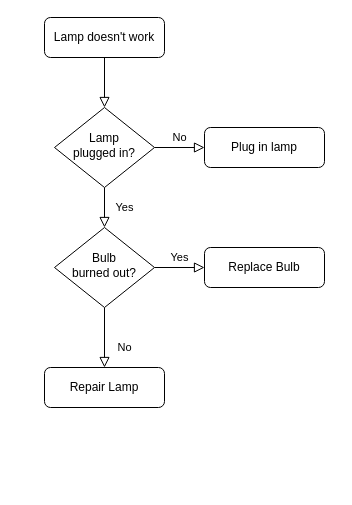
This is Diagrama sin título.drawio from stephyangeles/ChefMatch, a draw.io file, before an edit. Source tidied: cells renumbered, new cells numbered last; positions are measured from the earlier drawing's top-left corner, leaving out a move shared by most shapes. Both pictures are drawn from the tidied source at 100%, with x=0, y=0 at pixel (44, 17).
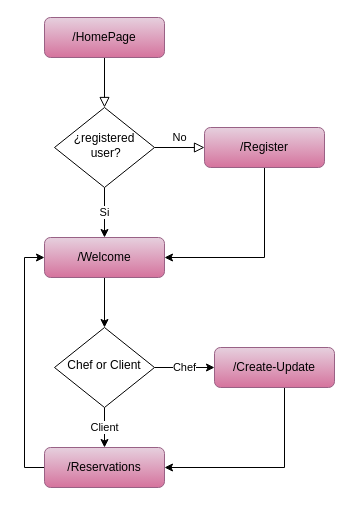
Above is the later version.

Commit message:
Flow-ChefMatch

The edit, as a diff of the source:
```diff
@@
-    <mxCell id="3" value="Lamp doesn't work" style="rounded=1;whiteSpace=wrap;html=1;fontSize=12;glass=0;strokeWidth=1;shadow=0;" parent="1" vertex="1">
+    <mxCell id="3" value="/HomePage" style="rounded=1;whiteSpace=wrap;html=1;fontSize=12;glass=0;strokeWidth=1;shadow=0;fillColor=#e6d0de;strokeColor=#996185;gradientColor=#d5739d;" parent="1" vertex="1">
       <mxGeometry width="120" height="40" as="geometry" />
     </mxCell>
-    <mxCell id="4" value="Yes" style="rounded=0;html=1;jettySize=auto;fontSize=11;endArrow=block;endFill=0;endSize=8;strokeWidth=1;shadow=0;labelBackgroundColor=none;edgeStyle=orthogonalEdgeStyle;" parent="1" edge="1" source="6" target="10">
-      <mxGeometry y="20" relative="1" as="geometry" />
-    </mxCell>
@@
+    <mxCell id="13" value="Si" style="edgeStyle=orthogonalEdgeStyle;rounded=0;jettySize=auto;html=1;" parent="1" edge="1" source="6" target="11">
+      <mxGeometry relative="1" as="geometry" />
+    </mxCell>
-    <mxCell id="6" value="Lamp&lt;br&gt;plugged in?" style="rhombus;whiteSpace=wrap;html=1;shadow=0;fontFamily=Helvetica;fontSize=12;align=center;strokeWidth=1;spacing=6;spacingTop=-4;" parent="1" vertex="1">
+    <mxCell id="6" value="¿registered&lt;br&gt;&amp;nbsp;user?" style="rhombus;whiteSpace=wrap;html=1;shadow=0;fontFamily=Helvetica;fontSize=12;align=center;strokeWidth=1;spacing=6;spacingTop=-4;" parent="1" vertex="1">
       <mxGeometry x="10" y="90" width="100" height="80" as="geometry" />
     </mxCell>
+    <mxCell id="14" style="edgeStyle=orthogonalEdgeStyle;rounded=0;jettySize=auto;html=1;entryX=1;entryY=0.5;entryDx=0;entryDy=0;" parent="1" edge="1" source="7" target="11">
+      <mxGeometry relative="1" as="geometry">
+        <Array as="points">
+          <mxPoint x="220" y="240" />
+        </Array>
+      </mxGeometry>
+    </mxCell>
-    <mxCell id="7" value="Plug in lamp" style="rounded=1;whiteSpace=wrap;html=1;fontSize=12;glass=0;strokeWidth=1;shadow=0;" parent="1" vertex="1">
+    <mxCell id="7" value="/Register" style="rounded=1;whiteSpace=wrap;html=1;fontSize=12;glass=0;strokeWidth=1;shadow=0;fillColor=#e6d0de;gradientColor=#d5739d;strokeColor=#996185;" parent="1" vertex="1">
       <mxGeometry x="160" y="110" width="120" height="40" as="geometry" />
     </mxCell>
-    <mxCell id="8" value="No" style="rounded=0;html=1;jettySize=auto;fontSize=11;endArrow=block;endFill=0;endSize=8;strokeWidth=1;shadow=0;labelBackgroundColor=none;edgeStyle=orthogonalEdgeStyle;" parent="1" edge="1" source="10" target="11">
-      <mxGeometry x="0.33" y="20" relative="1" as="geometry" />
-    </mxCell>
-    <mxCell id="9" value="Yes" style="edgeStyle=orthogonalEdgeStyle;rounded=0;html=1;jettySize=auto;fontSize=11;endArrow=block;endFill=0;endSize=8;strokeWidth=1;shadow=0;labelBackgroundColor=none;" parent="1" edge="1" source="10" target="12">
-      <mxGeometry y="10" relative="1" as="geometry" />
-    </mxCell>
-    <mxCell id="10" value="Bulb&lt;br&gt;burned out?" style="rhombus;whiteSpace=wrap;html=1;shadow=0;fontFamily=Helvetica;fontSize=12;align=center;strokeWidth=1;spacing=6;spacingTop=-4;" parent="1" vertex="1">
-      <mxGeometry x="10" y="210" width="100" height="80" as="geometry" />
-    </mxCell>
+    <mxCell id="15" style="edgeStyle=orthogonalEdgeStyle;rounded=0;jettySize=auto;html=1;entryX=0;entryY=0.5;entryDx=0;entryDy=0;" parent="1" edge="1" source="12" target="11">
+      <mxGeometry relative="1" as="geometry">
+        <Array as="points">
+          <mxPoint x="-20" y="450" />
+          <mxPoint x="-20" y="240" />
+        </Array>
+      </mxGeometry>
+    </mxCell>
+    <mxCell id="12" value="/Reservations" style="rounded=1;whiteSpace=wrap;html=1;fontSize=12;glass=0;strokeWidth=1;shadow=0;fillColor=#e6d0de;gradientColor=#d5739d;strokeColor=#996185;" parent="1" vertex="1">
+      <mxGeometry y="430" width="120" height="40" as="geometry" />
+    </mxCell>
+    <mxCell id="16" value="Client" style="edgeStyle=orthogonalEdgeStyle;rounded=0;jettySize=auto;html=1;exitX=0.5;exitY=1;exitDx=0;exitDy=0;entryX=0.5;entryY=0;entryDx=0;entryDy=0;" parent="1" edge="1" source="18" target="12">
+      <mxGeometry relative="1" as="geometry" />
+    </mxCell>
+    <mxCell id="17" value="Chef" style="edgeStyle=orthogonalEdgeStyle;rounded=0;jettySize=auto;html=1;" parent="1" edge="1" source="18" target="21">
+      <mxGeometry relative="1" as="geometry" />
+    </mxCell>
+    <mxCell id="18" value="Chef or Client" style="rhombus;whiteSpace=wrap;html=1;shadow=0;fontFamily=Helvetica;fontSize=12;align=center;strokeWidth=1;spacing=6;spacingTop=-4;" parent="1" vertex="1">
+      <mxGeometry x="10" y="310" width="100" height="80" as="geometry" />
+    </mxCell>
+    <mxCell id="19" style="edgeStyle=orthogonalEdgeStyle;rounded=0;jettySize=auto;html=1;" parent="1" edge="1" source="11" target="18">
+      <mxGeometry relative="1" as="geometry" />
+    </mxCell>
-    <mxCell id="11" value="Repair Lamp" style="rounded=1;whiteSpace=wrap;html=1;fontSize=12;glass=0;strokeWidth=1;shadow=0;" parent="1" vertex="1">
-      <mxGeometry y="350" width="120" height="40" as="geometry" />
+    <mxCell id="11" value="/Welcome" style="rounded=1;whiteSpace=wrap;html=1;fontSize=12;glass=0;strokeWidth=1;shadow=0;fillColor=#e6d0de;gradientColor=#d5739d;strokeColor=#996185;" parent="1" vertex="1">
+      <mxGeometry y="220" width="120" height="40" as="geometry" />
     </mxCell>
-    <mxCell id="12" value="Replace Bulb" style="rounded=1;whiteSpace=wrap;html=1;fontSize=12;glass=0;strokeWidth=1;shadow=0;" parent="1" vertex="1">
-      <mxGeometry x="160" y="230" width="120" height="40" as="geometry" />
-    </mxCell>
+    <mxCell id="20" style="edgeStyle=orthogonalEdgeStyle;rounded=0;jettySize=auto;html=1;entryX=1;entryY=0.5;entryDx=0;entryDy=0;" parent="1" edge="1" source="21" target="12">
+      <mxGeometry relative="1" as="geometry">
+        <Array as="points">
+          <mxPoint x="240" y="450" />
+        </Array>
+      </mxGeometry>
+    </mxCell>
+    <mxCell id="21" value="/Create-Update" style="rounded=1;whiteSpace=wrap;html=1;fontSize=12;glass=0;strokeWidth=1;shadow=0;fillColor=#e6d0de;gradientColor=#d5739d;strokeColor=#996185;" parent="1" vertex="1">
+      <mxGeometry x="170" y="330" width="120" height="40" as="geometry" />
+    </mxCell>
```
